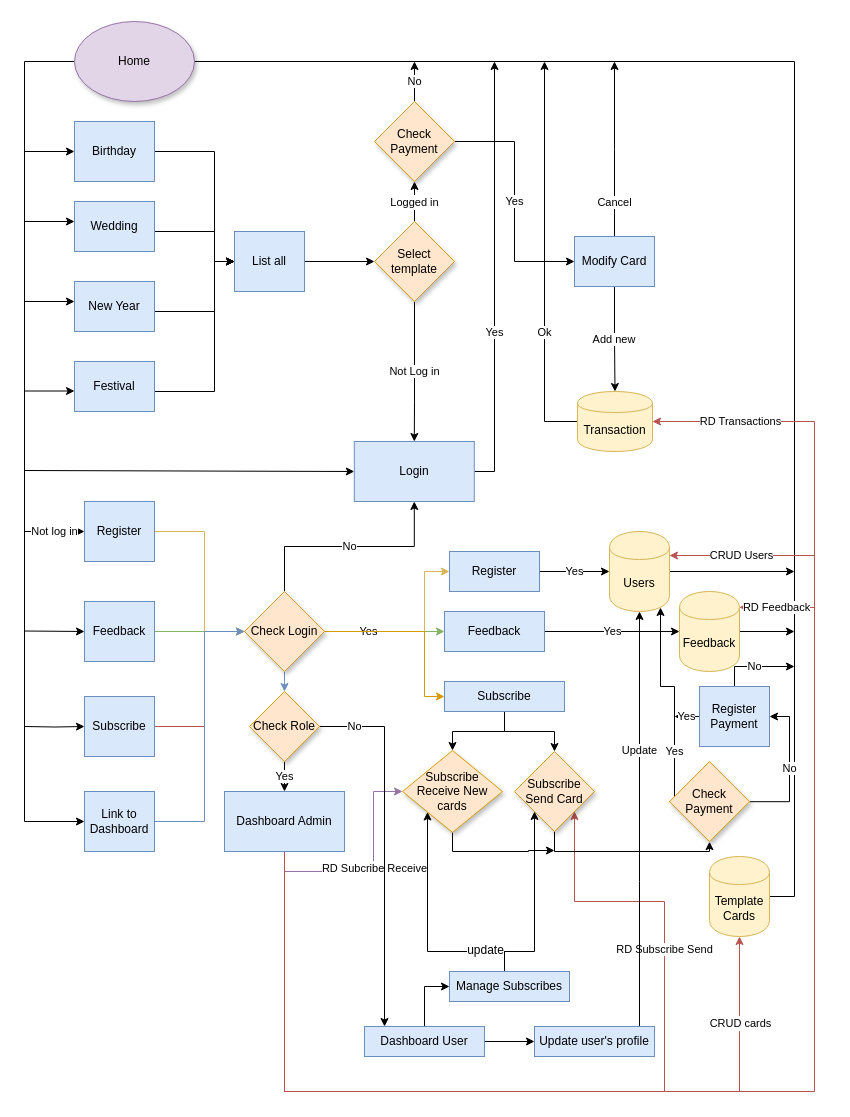
duyphuong403/E-Greeting keeps this draw.io diagram as page "overall diagram" (1 of 9) of e-Greeting.drawio. Above is the earlier version. Source tidied: cells renumbered, new cells numbered last; positions are measured from the earlier drawing's top-left corner, leaving out a move shared by most shapes. Both pictures are drawn from the tidied source at 100%, with x=0, y=0 at pixel (24, 21).
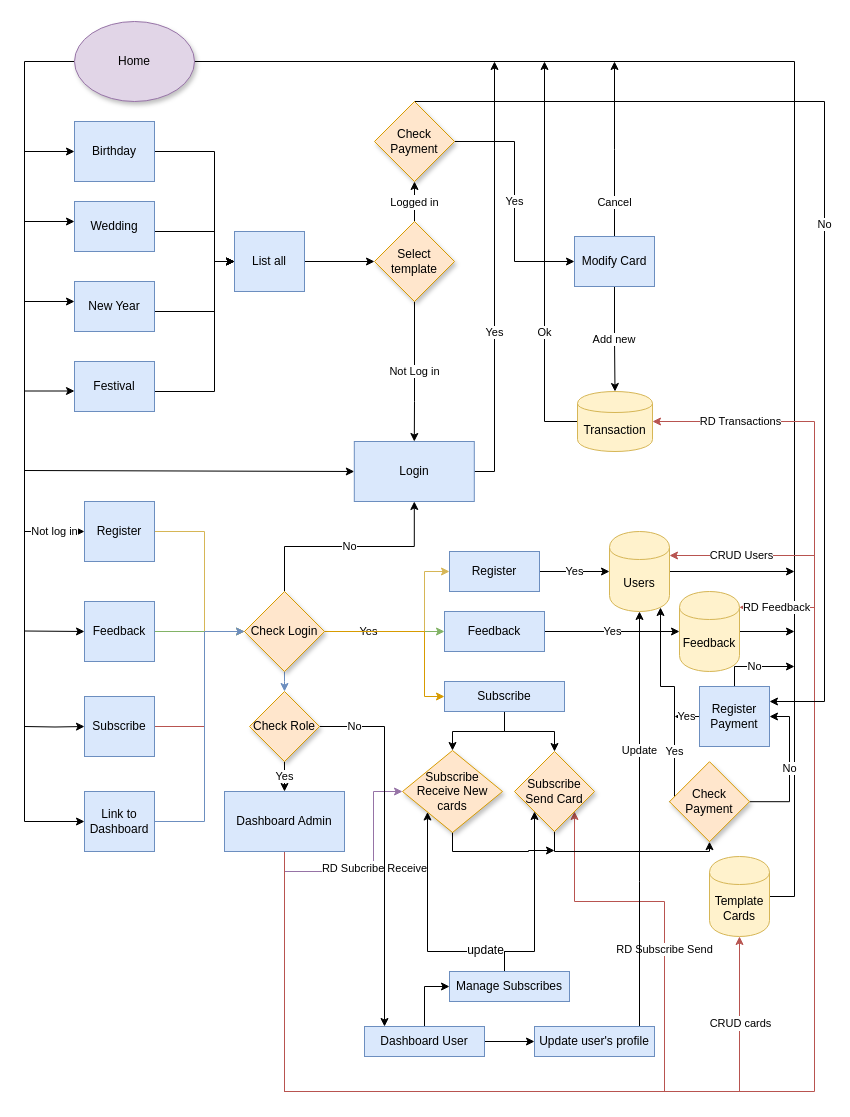
After the change.

Unchanged cells that the change refers to:
```xml
<mxCell id="87" value="&lt;span style=&quot;white-space: normal&quot;&gt;Check Payment&lt;/span&gt;" style="rhombus;whiteSpace=wrap;html=1;shadow=1;fillColor=#ffe6cc;strokeColor=#d79b00;" parent="1" vertex="1">
  <mxGeometry x="350" y="80" width="80" height="80" as="geometry" />
</mxCell>
<mxCell id="93" value="Register&lt;br&gt;Payment" style="rounded=0;whiteSpace=wrap;html=1;fillColor=#dae8fc;strokeColor=#6c8ebf;" parent="1" vertex="1">
  <mxGeometry x="675" y="665" width="70" height="60" as="geometry" />
</mxCell>
```

Change to the diagram source:
```diff
@@
-    <mxCell id="86" value="No" style="edgeStyle=orthogonalEdgeStyle;rounded=0;jettySize=auto;html=1;" parent="1" edge="1" source="87">
+    <mxCell id="86" value="No" style="edgeStyle=orthogonalEdgeStyle;rounded=0;jettySize=auto;html=1;entryX=1;entryY=0.25;entryDx=0;entryDy=0;exitX=0.5;exitY=0;exitDx=0;exitDy=0;" parent="1" edge="1" source="87" target="93">
       <mxGeometry relative="1" as="geometry">
-        <mxPoint x="390" y="40" as="targetPoint" />
+        <Array as="points">
+          <mxPoint x="800" y="80" />
+          <mxPoint x="800" y="680" />
+        </Array>
       </mxGeometry>
     </mxCell>
```
